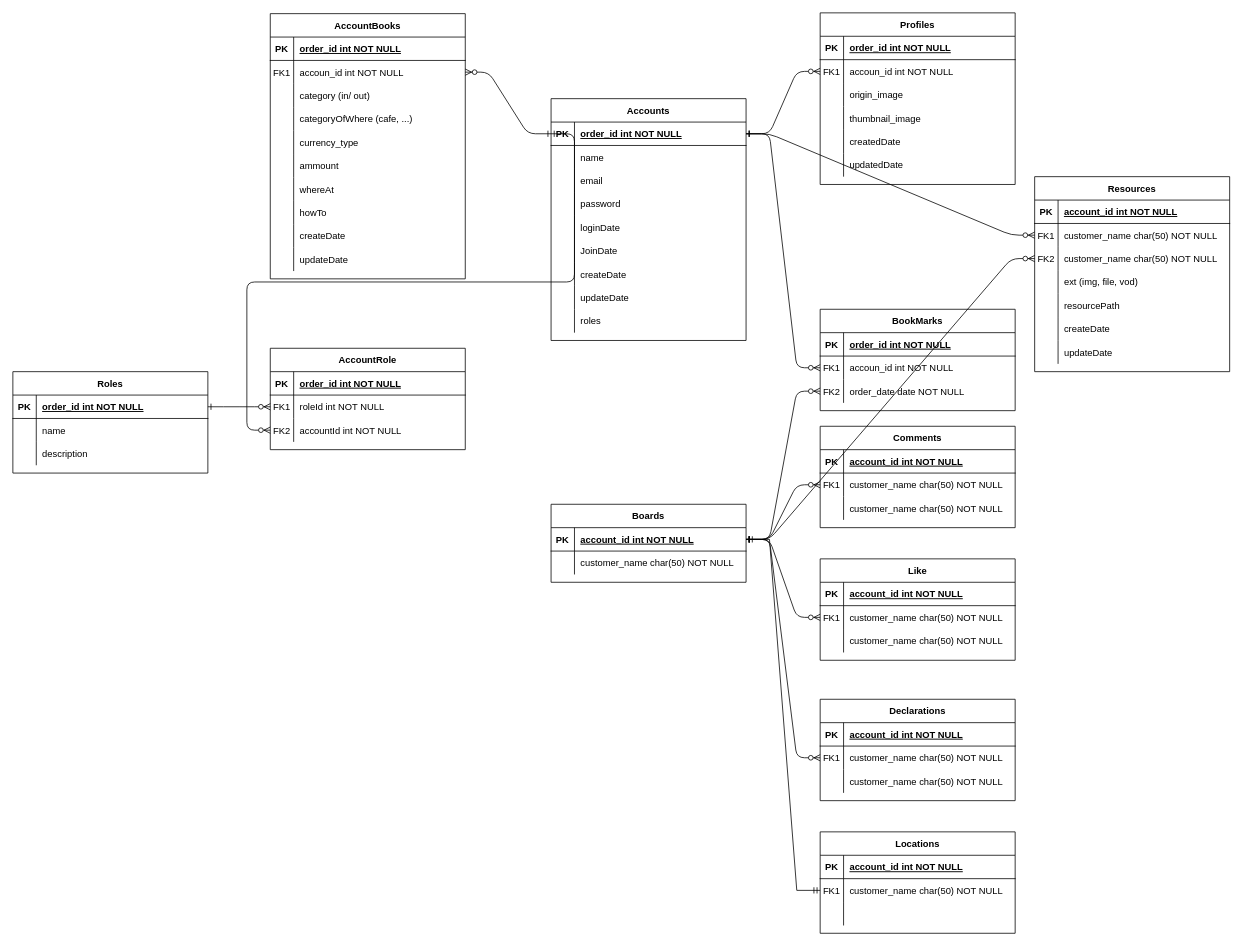
The draw.io diagram Untitled Diagram.drawio in gitSaein/chat-service, before the edit. Source tidied: cells renumbered, new cells numbered last; positions are measured from the earlier drawing's top-left corner, leaving out a move shared by most shapes. Both pictures are drawn from the tidied source at 78%, with x=0, y=0 at pixel (12, 12).
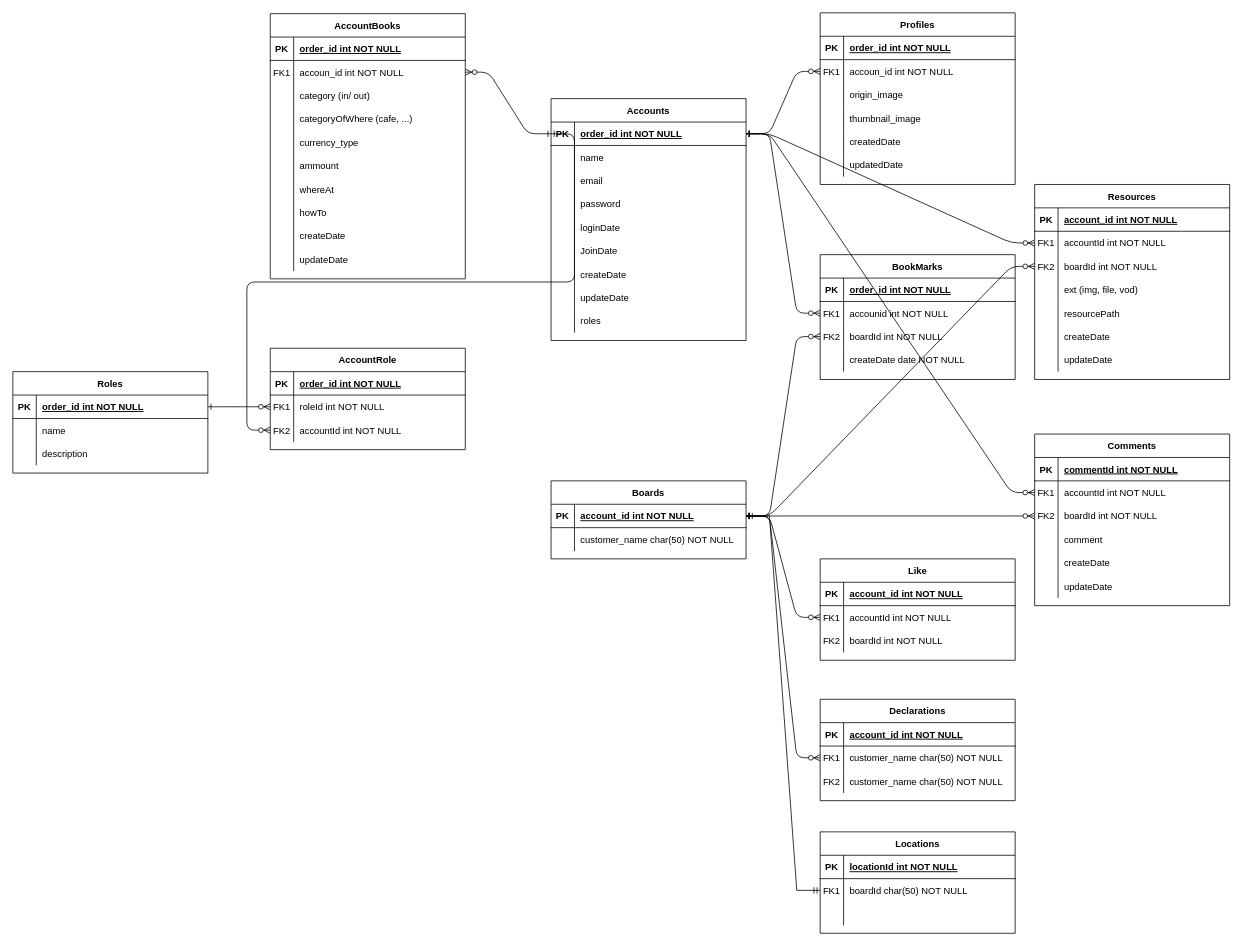
The same diagram, later.

Unchanged cells that the change refers to:
```xml
<mxCell id="3" style="shape=partialRectangle;fillColor=none;points=[[0,0.5],[1,0.5]];portConstraint=eastwest;top=0;left=0;right=0;bottom=1;" parent="2" vertex="1">
  <mxGeometry y="30" width="250" height="30" as="geometry" />
</mxCell>
<mxCell id="10" style="shape=partialRectangle;fillColor=none;top=0;left=0;right=0;bottom=1;" parent="9" vertex="1">
  <mxGeometry y="30" width="250" height="30" as="geometry" />
</mxCell>
<mxCell id="13" style="shape=partialRectangle;fillColor=none;points=[[0,0.5],[1,0.5]];portConstraint=eastwest;top=0;left=0;right=0;bottom=0;" parent="9" vertex="1">
  <mxGeometry y="60" width="250" height="30" as="geometry" />
</mxCell>
<mxCell id="16" style="shape=partialRectangle;fillColor=none;points=[[0,0.5],[1,0.5]];portConstraint=eastwest;top=0;left=0;right=0;bottom=0;" parent="9" vertex="1">
  <mxGeometry y="90" width="250" height="30" as="geometry" />
</mxCell>
<mxCell id="23" style="shape=partialRectangle;fillColor=none;points=[[0,0.5],[1,0.5]];portConstraint=eastwest;top=0;left=0;right=0;bottom=0;" parent="19" vertex="1">
  <mxGeometry y="60" width="250" height="30" as="geometry" />
</mxCell>
<mxCell id="26" style="shape=partialRectangle;fillColor=none;top=0;left=0;right=0;bottom=0;" parent="19" vertex="1">
  <mxGeometry y="90" width="250" height="30" as="geometry" />
</mxCell>
<mxCell id="36" style="shape=partialRectangle;fillColor=none;top=0;left=0;right=0;bottom=0;" parent="29" vertex="1">
  <mxGeometry y="90" width="250" height="30" as="geometry" />
</mxCell>
<mxCell id="46" style="shape=partialRectangle;fillColor=none;points=[[0,0.5],[1,0.5]];portConstraint=eastwest;top=0;left=0;right=0;bottom=0;" parent="42" vertex="1">
  <mxGeometry y="60" width="250" height="30" as="geometry" />
</mxCell>
<mxCell id="49" style="shape=partialRectangle;fillColor=none;points=[[0,0.5],[1,0.5]];portConstraint=eastwest;top=0;left=0;right=0;bottom=0;" parent="42" vertex="1">
  <mxGeometry y="90" width="250" height="30" as="geometry" />
</mxCell>
<mxCell id="55" style="shape=partialRectangle;fillColor=none;points=[[0,0.5],[1,0.5]];portConstraint=eastwest;top=0;left=0;right=0;bottom=1;" parent="54" vertex="1">
  <mxGeometry y="30" width="250" height="30" as="geometry" />
</mxCell>
<mxCell id="103" style="shape=partialRectangle;fillColor=none;top=0;left=0;right=0;bottom=1;" parent="102" vertex="1">
  <mxGeometry y="30" width="250" height="30" as="geometry" />
</mxCell>
<mxCell id="106" style="shape=partialRectangle;fillColor=none;points=[[0,0.5],[1,0.5]];portConstraint=eastwest;top=0;left=0;right=0;bottom=0;" parent="102" vertex="1">
  <mxGeometry y="60" width="250" height="30" as="geometry" />
</mxCell>
<mxCell id="116" style="shape=partialRectangle;fillColor=none;points=[[0,0.5],[1,0.5]];portConstraint=eastwest;top=0;left=0;right=0;bottom=0;" parent="112" vertex="1">
  <mxGeometry y="60" width="250" height="30" as="geometry" />
</mxCell>
<mxCell id="119" style="shape=partialRectangle;fillColor=none;points=[[0,0.5],[1,0.5]];portConstraint=eastwest;top=0;left=0;right=0;bottom=0;" parent="112" vertex="1">
  <mxGeometry y="90" width="250" height="30" as="geometry" />
</mxCell>
```

Change to the diagram source:
```diff
@@
     <mxCell id="2" value="Boards" style="shape=table;startSize=30;childLayout=tableLayout;rowLines=0;fontStyle=1;align=center;" parent="1" vertex="1">
-      <mxGeometry x="690" y="630" width="250" height="100" as="geometry" />
+      <mxGeometry x="690" y="600" width="250" height="100" as="geometry" />
     </mxCell>
@@
     <mxCell id="9" value="Comments" style="shape=table;startSize=30;childLayout=tableLayout;rowLines=0;fontStyle=1;align=center;" parent="1" vertex="1">
-      <mxGeometry x="1035" y="530" width="250" height="130" as="geometry" />
+      <mxGeometry x="1310" y="540" width="250" height="220" as="geometry" />
     </mxCell>
@@
-    <mxCell id="12" value="account_id int NOT NULL " style="shape=partialRectangle;overflow=hidden;fillColor=none;top=0;left=0;bottom=0;right=0;align=left;spacingLeft=6;fontStyle=5;" parent="10" vertex="1">
+    <mxCell id="12" value="commentId int NOT NULL " style="shape=partialRectangle;overflow=hidden;fillColor=none;top=0;left=0;bottom=0;right=0;align=left;spacingLeft=6;fontStyle=5;" parent="10" vertex="1">
       <mxGeometry x="30" width="220" height="30" as="geometry" />
     </mxCell>
@@
-    <mxCell id="15" value="customer_name char(50) NOT NULL" style="shape=partialRectangle;overflow=hidden;fillColor=none;top=0;left=0;bottom=0;right=0;align=left;spacingLeft=6;" parent="13" vertex="1">
+    <mxCell id="15" value="accountId int NOT NULL" style="shape=partialRectangle;overflow=hidden;fillColor=none;top=0;left=0;bottom=0;right=0;align=left;spacingLeft=6;" parent="13" vertex="1">
       <mxGeometry x="30" width="220" height="30" as="geometry" />
     </mxCell>
@@
-    <mxCell id="17" style="shape=partialRectangle;overflow=hidden;fillColor=none;top=0;left=0;bottom=0;right=0;" parent="16" vertex="1">
+    <mxCell id="17" value="FK2" style="shape=partialRectangle;overflow=hidden;fillColor=none;top=0;left=0;bottom=0;right=0;" parent="16" vertex="1">
       <mxGeometry width="30" height="30" as="geometry" />
     </mxCell>
-    <mxCell id="18" value="customer_name char(50) NOT NULL" style="shape=partialRectangle;overflow=hidden;fillColor=none;top=0;left=0;bottom=0;right=0;align=left;spacingLeft=6;" parent="16" vertex="1">
+    <mxCell id="18" value="boardId int NOT NULL" style="shape=partialRectangle;overflow=hidden;fillColor=none;top=0;left=0;bottom=0;right=0;align=left;spacingLeft=6;" parent="16" vertex="1">
       <mxGeometry x="30" width="220" height="30" as="geometry" />
     </mxCell>
+    <mxCell id="191" style="shape=partialRectangle;fillColor=none;top=0;left=0;right=0;bottom=0;" parent="9" vertex="1">
+      <mxGeometry y="120" width="250" height="30" as="geometry" />
+    </mxCell>
+    <mxCell id="192" style="shape=partialRectangle;overflow=hidden;fillColor=none;top=0;left=0;bottom=0;right=0;" parent="191" vertex="1">
+      <mxGeometry width="30" height="30" as="geometry" />
+    </mxCell>
+    <mxCell id="193" value="comment" style="shape=partialRectangle;overflow=hidden;fillColor=none;top=0;left=0;bottom=0;right=0;align=left;spacingLeft=6;" parent="191" vertex="1">
+      <mxGeometry x="30" width="220" height="30" as="geometry" />
+    </mxCell>
+    <mxCell id="194" style="shape=partialRectangle;fillColor=none;top=0;left=0;right=0;bottom=0;" parent="9" vertex="1">
+      <mxGeometry y="150" width="250" height="30" as="geometry" />
+    </mxCell>
+    <mxCell id="195" style="shape=partialRectangle;overflow=hidden;fillColor=none;top=0;left=0;bottom=0;right=0;" parent="194" vertex="1">
+      <mxGeometry width="30" height="30" as="geometry" />
+    </mxCell>
+    <mxCell id="196" value="createDate" style="shape=partialRectangle;overflow=hidden;fillColor=none;top=0;left=0;bottom=0;right=0;align=left;spacingLeft=6;" parent="194" vertex="1">
+      <mxGeometry x="30" width="220" height="30" as="geometry" />
+    </mxCell>
+    <mxCell id="197" style="shape=partialRectangle;fillColor=none;top=0;left=0;right=0;bottom=0;" parent="9" vertex="1">
+      <mxGeometry y="180" width="250" height="30" as="geometry" />
+    </mxCell>
+    <mxCell id="198" style="shape=partialRectangle;overflow=hidden;fillColor=none;top=0;left=0;bottom=0;right=0;" parent="197" vertex="1">
+      <mxGeometry width="30" height="30" as="geometry" />
+    </mxCell>
+    <mxCell id="199" value="updateDate" style="shape=partialRectangle;overflow=hidden;fillColor=none;top=0;left=0;bottom=0;right=0;align=left;spacingLeft=6;" parent="197" vertex="1">
+      <mxGeometry x="30" width="220" height="30" as="geometry" />
+    </mxCell>
@@
-    <mxCell id="25" value="customer_name char(50) NOT NULL" style="shape=partialRectangle;overflow=hidden;fillColor=none;top=0;left=0;bottom=0;right=0;align=left;spacingLeft=6;" parent="23" vertex="1">
+    <mxCell id="25" value="accountId int NOT NULL" style="shape=partialRectangle;overflow=hidden;fillColor=none;top=0;left=0;bottom=0;right=0;align=left;spacingLeft=6;" parent="23" vertex="1">
       <mxGeometry x="30" width="220" height="30" as="geometry" />
     </mxCell>
@@
-    <mxCell id="27" style="shape=partialRectangle;overflow=hidden;fillColor=none;top=0;left=0;bottom=0;right=0;" parent="26" vertex="1">
+    <mxCell id="27" value="FK2" style="shape=partialRectangle;overflow=hidden;fillColor=none;top=0;left=0;bottom=0;right=0;" parent="26" vertex="1">
       <mxGeometry width="30" height="30" as="geometry" />
     </mxCell>
-    <mxCell id="28" value="customer_name char(50) NOT NULL" style="shape=partialRectangle;overflow=hidden;fillColor=none;top=0;left=0;bottom=0;right=0;align=left;spacingLeft=6;" parent="26" vertex="1">
+    <mxCell id="28" value="boardId int NOT NULL" style="shape=partialRectangle;overflow=hidden;fillColor=none;top=0;left=0;bottom=0;right=0;align=left;spacingLeft=6;" parent="26" vertex="1">
       <mxGeometry x="30" width="220" height="30" as="geometry" />
     </mxCell>
@@
-    <mxCell id="37" style="shape=partialRectangle;overflow=hidden;fillColor=none;top=0;left=0;bottom=0;right=0;" parent="36" vertex="1">
+    <mxCell id="37" value="FK2" style="shape=partialRectangle;overflow=hidden;fillColor=none;top=0;left=0;bottom=0;right=0;" parent="36" vertex="1">
       <mxGeometry width="30" height="30" as="geometry" />
     </mxCell>
@@
-    <mxCell id="39" style="edgeStyle=entityRelationEdgeStyle;endArrow=ERzeroToMany;startArrow=ERone;endFill=1;startFill=0;exitX=1;exitY=0.5;exitDx=0;exitDy=0;entryX=0;entryY=0.5;entryDx=0;entryDy=0;" parent="1" edge="1" source="3" target="13">
+    <mxCell id="39" style="edgeStyle=entityRelationEdgeStyle;endArrow=ERzeroToMany;startArrow=ERone;endFill=1;startFill=0;exitX=1;exitY=0.5;exitDx=0;exitDy=0;entryX=0;entryY=0.5;entryDx=0;entryDy=0;" parent="1" edge="1" source="3" target="16">
       <mxGeometry relative="1" as="geometry" />
     </mxCell>
@@
     <mxCell id="42" value="BookMarks" style="shape=table;startSize=30;childLayout=tableLayout;rowLines=0;fontStyle=1;align=center;" parent="1" vertex="1">
-      <mxGeometry x="1035" y="380" width="250" height="130" as="geometry" />
+      <mxGeometry x="1035" y="310" width="250" height="160" as="geometry" />
     </mxCell>
@@
-    <mxCell id="48" value="accoun_id int NOT NULL" style="shape=partialRectangle;overflow=hidden;fillColor=none;top=0;left=0;bottom=0;right=0;align=left;spacingLeft=6;" parent="46" vertex="1">
+    <mxCell id="48" value="accounid int NOT NULL" style="shape=partialRectangle;overflow=hidden;fillColor=none;top=0;left=0;bottom=0;right=0;align=left;spacingLeft=6;" parent="46" vertex="1">
       <mxGeometry x="30" width="220" height="30" as="geometry" />
     </mxCell>
@@
-    <mxCell id="51" value="order_date date NOT NULL" style="shape=partialRectangle;overflow=hidden;fillColor=none;top=0;left=0;bottom=0;right=0;align=left;spacingLeft=6;" parent="49" vertex="1">
+    <mxCell id="51" value="boardId int NOT NULL" style="shape=partialRectangle;overflow=hidden;fillColor=none;top=0;left=0;bottom=0;right=0;align=left;spacingLeft=6;" parent="49" vertex="1">
       <mxGeometry x="30" width="220" height="30" as="geometry" />
     </mxCell>
+    <mxCell id="200" style="shape=partialRectangle;fillColor=none;top=0;left=0;right=0;bottom=0;" parent="42" vertex="1">
+      <mxGeometry y="120" width="250" height="30" as="geometry" />
+    </mxCell>
+    <mxCell id="201" style="shape=partialRectangle;overflow=hidden;fillColor=none;top=0;left=0;bottom=0;right=0;" parent="200" vertex="1">
+      <mxGeometry width="30" height="30" as="geometry" />
+    </mxCell>
+    <mxCell id="202" value="createDate date NOT NULL" style="shape=partialRectangle;overflow=hidden;fillColor=none;top=0;left=0;bottom=0;right=0;align=left;spacingLeft=6;" parent="200" vertex="1">
+      <mxGeometry x="30" width="220" height="30" as="geometry" />
+    </mxCell>
@@
-    <mxCell id="105" value="account_id int NOT NULL " style="shape=partialRectangle;overflow=hidden;fillColor=none;top=0;left=0;bottom=0;right=0;align=left;spacingLeft=6;fontStyle=5;" parent="103" vertex="1">
+    <mxCell id="105" value="locationId int NOT NULL " style="shape=partialRectangle;overflow=hidden;fillColor=none;top=0;left=0;bottom=0;right=0;align=left;spacingLeft=6;fontStyle=5;" parent="103" vertex="1">
       <mxGeometry x="30" width="220" height="30" as="geometry" />
     </mxCell>
@@
-    <mxCell id="108" value="customer_name char(50) NOT NULL" style="shape=partialRectangle;overflow=hidden;fillColor=none;top=0;left=0;bottom=0;right=0;align=left;spacingLeft=6;" parent="106" vertex="1">
+    <mxCell id="108" value="boardId char(50) NOT NULL" style="shape=partialRectangle;overflow=hidden;fillColor=none;top=0;left=0;bottom=0;right=0;align=left;spacingLeft=6;" parent="106" vertex="1">
       <mxGeometry x="30" width="220" height="30" as="geometry" />
     </mxCell>
@@
     <mxCell id="112" value="Resources" style="shape=table;startSize=30;childLayout=tableLayout;rowLines=0;fontStyle=1;align=center;" parent="1" vertex="1">
-      <mxGeometry x="1310" y="210" width="250" height="250" as="geometry" />
+      <mxGeometry x="1310" y="220" width="250" height="250" as="geometry" />
     </mxCell>
@@
-    <mxCell id="118" value="customer_name char(50) NOT NULL" style="shape=partialRectangle;overflow=hidden;fillColor=none;top=0;left=0;bottom=0;right=0;align=left;spacingLeft=6;" parent="116" vertex="1">
+    <mxCell id="118" value="accountId int NOT NULL" style="shape=partialRectangle;overflow=hidden;fillColor=none;top=0;left=0;bottom=0;right=0;align=left;spacingLeft=6;" parent="116" vertex="1">
       <mxGeometry x="30" width="220" height="30" as="geometry" />
     </mxCell>
@@
-    <mxCell id="121" value="customer_name char(50) NOT NULL" style="shape=partialRectangle;overflow=hidden;fillColor=none;top=0;left=0;bottom=0;right=0;align=left;spacingLeft=6;" parent="119" vertex="1">
+    <mxCell id="121" value="boardId int NOT NULL" style="shape=partialRectangle;overflow=hidden;fillColor=none;top=0;left=0;bottom=0;right=0;align=left;spacingLeft=6;" parent="119" vertex="1">
       <mxGeometry x="30" width="220" height="30" as="geometry" />
     </mxCell>
@@
+    <mxCell id="203" style="edgeStyle=entityRelationEdgeStyle;endArrow=ERzeroToMany;startArrow=ERone;endFill=1;startFill=0;exitX=1;exitY=0.5;exitDx=0;exitDy=0;entryX=0;entryY=0.5;entryDx=0;entryDy=0;" parent="1" edge="1" source="55" target="13">
+      <mxGeometry relative="1" as="geometry" />
+    </mxCell>
```
